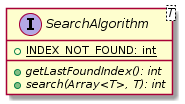
P-Kalin/kit26a keeps this PlantUML diagram as malokhvii-eduard/malokhvii05/doc/plantuml/png/ua.khpi.oop.malokhvii05.common.algorithms.search.SearchAlgorithm.png. Above is the earlier version. Its diagram source:
```plantuml
@startuml

    interface SearchAlgorithm<T> {
        {static} +INDEX_NOT_FOUND: int
        {abstract} +getLastFoundIndex(): int
        {abstract} +search(Array<T>, T): int
    }

@enduml
```
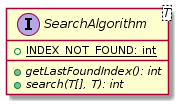
Above is the later version.

Change to the diagram source:
```diff
@@ -3,7 +3,7 @@
     interface SearchAlgorithm<T> {
         {static} +INDEX_NOT_FOUND: int
         {abstract} +getLastFoundIndex(): int
-        {abstract} +search(Array<T>, T): int
+        {abstract} +search(T[], T): int
     }
 
 @enduml
```
